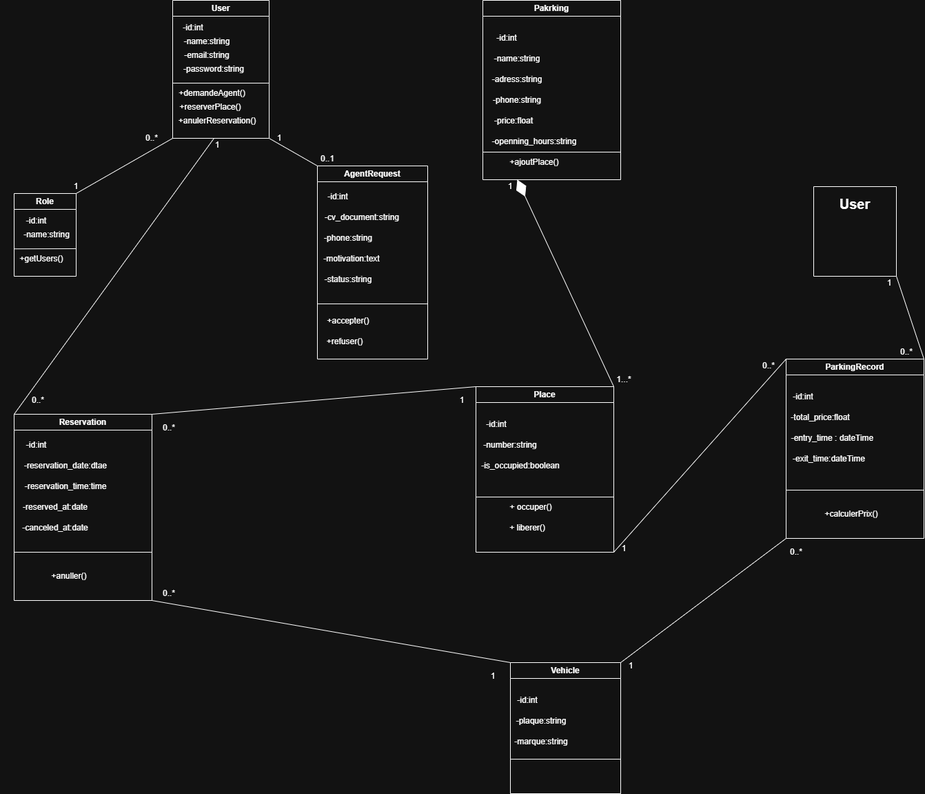
The draw.io diagram Diagrammes/class/class.png in elhafkhalid/Gestion_parking, before a commit. Source tidied: cells renumbered, new cells last; positions are measured from the earlier drawing's top-left corner, leaving out a move shared by most shapes.
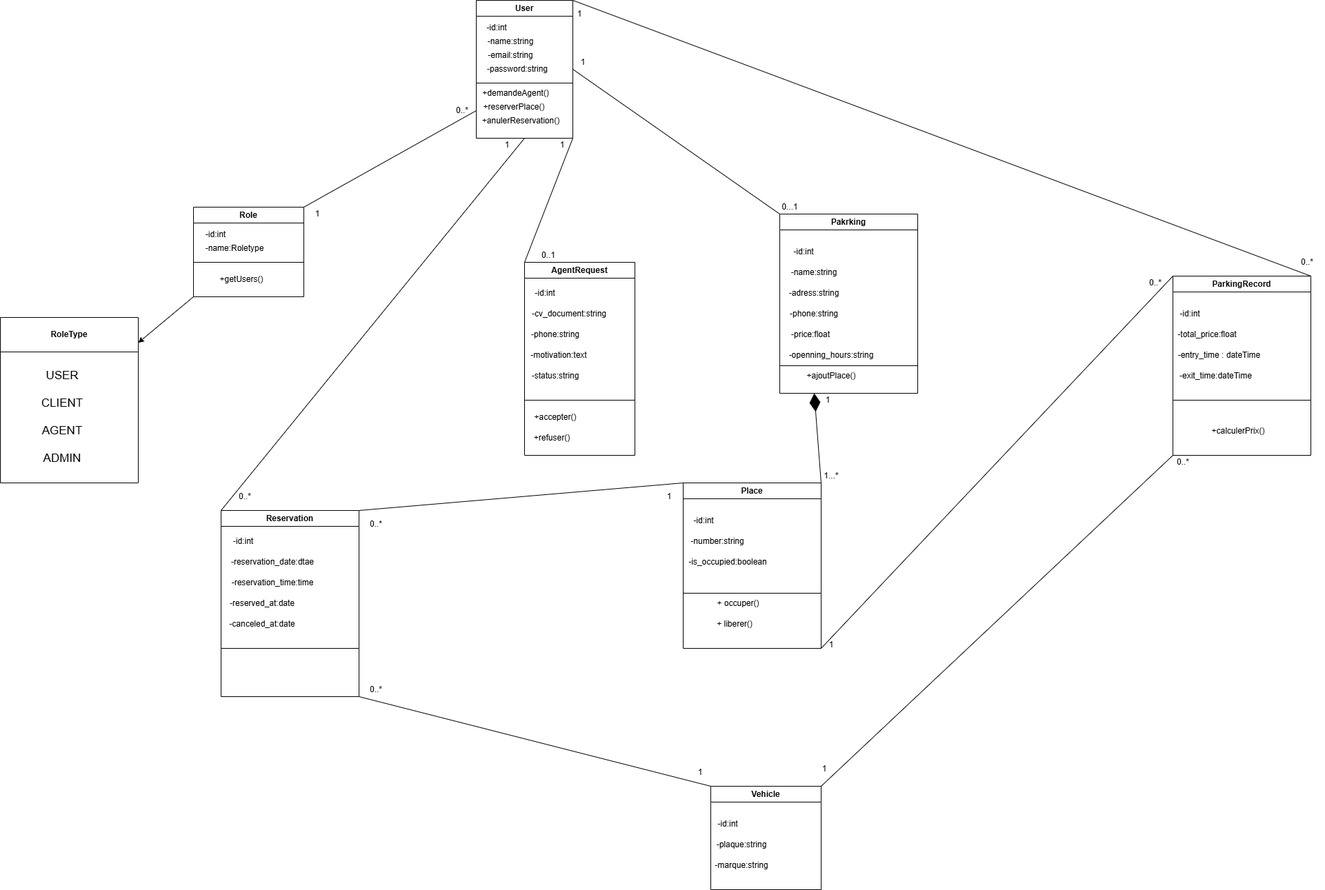
The same file after the commit.

Diff of the diagram source:
```diff
@@ -3,7 +3,7 @@
     <mxCell id="0" />
     <mxCell id="1" parent="0" />
     <mxCell id="2" value="User" style="swimlane;whiteSpace=wrap;html=1;" parent="1" vertex="1">
-      <mxGeometry x="250" width="140" height="200" as="geometry" />
+      <mxGeometry x="390" y="-140" width="140" height="200" as="geometry" />
     </mxCell>
     <mxCell id="3" value="-id:int" style="text;html=1;whiteSpace=wrap;strokeColor=none;fillColor=none;align=center;verticalAlign=middle;rounded=0;" parent="2" vertex="1">
       <mxGeometry x="10" y="30" width="40" height="20" as="geometry" />
@@ -33,27 +33,28 @@
       </mxGeometry>
     </mxCell>
     <mxCell id="11" value="Role" style="swimlane;whiteSpace=wrap;html=1;" parent="1" vertex="1">
-      <mxGeometry x="20" y="280" width="90" height="120" as="geometry" />
+      <mxGeometry x="-20" y="160" width="160" height="130" as="geometry" />
     </mxCell>
     <mxCell id="12" value="-id:int" style="text;html=1;whiteSpace=wrap;strokeColor=none;fillColor=none;align=center;verticalAlign=middle;rounded=0;" parent="11" vertex="1">
       <mxGeometry x="5" y="30" width="55" height="20" as="geometry" />
     </mxCell>
-    <mxCell id="13" value="-name:string" style="text;html=1;whiteSpace=wrap;strokeColor=none;fillColor=none;align=center;verticalAlign=middle;rounded=0;" parent="11" vertex="1">
-      <mxGeometry x="5" y="50" width="85" height="20" as="geometry" />
+    <mxCell id="13" value="-name:Roletype" style="text;html=1;whiteSpace=wrap;strokeColor=none;fillColor=none;align=center;verticalAlign=middle;rounded=0;" parent="11" vertex="1">
+      <mxGeometry x="-40" y="50" width="200" height="20" as="geometry" />
     </mxCell>
     <mxCell id="14" value="+getUsers()" style="text;html=1;whiteSpace=wrap;strokeColor=none;fillColor=none;align=center;verticalAlign=middle;rounded=0;" parent="11" vertex="1">
-      <mxGeometry x="-10" y="80" width="100" height="30" as="geometry" />
+      <mxGeometry x="20" y="90" width="100" height="30" as="geometry" />
     </mxCell>
-    <mxCell id="15" style="endArrow=none;html=1;rounded=0;exitX=0.104;exitY=0.009;exitDx=0;exitDy=0;exitPerimeter=0;" parent="11" edge="1" source="14">
+    <mxCell id="15" style="endArrow=none;html=1;rounded=0;" parent="11" edge="1">
       <mxGeometry relative="1" as="geometry">
-        <mxPoint x="90" y="80" as="targetPoint" />
+        <mxPoint y="80" as="sourcePoint" />
+        <mxPoint x="160" y="80" as="targetPoint" />
       </mxGeometry>
     </mxCell>
-    <mxCell id="16" style="endArrow=none;html=1;rounded=0;exitX=1;exitY=0;exitDx=0;exitDy=0;entryX=1;entryY=0.5;entryDx=0;entryDy=0;" parent="1" edge="1" source="11" target="66">
+    <mxCell id="16" style="endArrow=none;html=1;rounded=0;exitX=1;exitY=0;exitDx=0;exitDy=0;entryX=0;entryY=0;entryDx=0;entryDy=0;" parent="1" edge="1" source="11" target="9">
       <mxGeometry relative="1" as="geometry" />
     </mxCell>
     <mxCell id="17" value="1" style="text;html=1;whiteSpace=wrap;strokeColor=none;fillColor=none;align=center;verticalAlign=middle;rounded=0;" parent="1" vertex="1">
-      <mxGeometry x="100" y="260" width="20" height="20" as="geometry" />
+      <mxGeometry x="150" y="160" width="20" height="20" as="geometry" />
     </mxCell>
     <mxCell id="18" value="AgentRequest" style="swimlane;whiteSpace=wrap;html=1;" parent="1" vertex="1">
       <mxGeometry x="460" y="240" width="160" height="280" as="geometry" />
@@ -89,13 +90,13 @@
       <mxGeometry relative="1" as="geometry" />
     </mxCell>
     <mxCell id="28" value="1" style="text;html=1;whiteSpace=wrap;strokeColor=none;fillColor=none;align=center;verticalAlign=middle;rounded=0;" parent="1" vertex="1">
-      <mxGeometry x="390" y="190" width="30" height="20" as="geometry" />
+      <mxGeometry x="500" y="60" width="30" height="20" as="geometry" />
     </mxCell>
     <mxCell id="29" value="0..1" style="text;html=1;whiteSpace=wrap;strokeColor=none;fillColor=none;align=center;verticalAlign=middle;rounded=0;" parent="1" vertex="1">
-      <mxGeometry x="460" y="220" width="30" height="20" as="geometry" />
+      <mxGeometry x="480" y="220" width="30" height="20" as="geometry" />
     </mxCell>
     <mxCell id="30" value="ParkingRecord" style="swimlane;whiteSpace=wrap;html=1;" parent="1" vertex="1">
-      <mxGeometry x="1140" y="520" width="200" height="260" as="geometry" />
+      <mxGeometry x="1400" y="260" width="200" height="260" as="geometry" />
     </mxCell>
     <mxCell id="31" value="-id:int" style="text;html=1;whiteSpace=wrap;strokeColor=none;fillColor=none;align=center;verticalAlign=middle;rounded=0;" parent="30" vertex="1">
       <mxGeometry x="-20" y="40" width="90" height="30" as="geometry" />
@@ -112,6 +113,12 @@
     <mxCell id="35" value="+calculerPrix()" style="text;html=1;whiteSpace=wrap;strokeColor=none;fillColor=none;align=center;verticalAlign=middle;rounded=0;" parent="30" vertex="1">
       <mxGeometry x="10" y="210" width="170" height="30" as="geometry" />
     </mxCell>
+    <mxCell id="77" style="endArrow=none;html=1;rounded=0;" parent="30" edge="1">
+      <mxGeometry relative="1" as="geometry">
+        <mxPoint y="180" as="sourcePoint" />
+        <mxPoint x="200" y="180" as="targetPoint" />
+      </mxGeometry>
+    </mxCell>
     <mxCell id="36" value="Place" style="swimlane;whiteSpace=wrap;html=1;" parent="1" vertex="1">
       <mxGeometry x="690" y="560" width="200" height="240" as="geometry" />
     </mxCell>
@@ -131,7 +138,7 @@
       <mxGeometry y="190" width="150" height="30" as="geometry" />
     </mxCell>
     <mxCell id="42" value="Vehicle" style="swimlane;whiteSpace=wrap;html=1;" parent="1" vertex="1">
-      <mxGeometry x="740" y="960" width="160" height="190" as="geometry" />
+      <mxGeometry x="730" y="1000" width="160" height="150" as="geometry" />
     </mxCell>
     <mxCell id="43" value="-id:int" style="text;html=1;whiteSpace=wrap;strokeColor=none;fillColor=none;align=center;verticalAlign=middle;rounded=0;" parent="42" vertex="1">
       <mxGeometry x="-10" y="40" width="70" height="30" as="geometry" />
@@ -143,7 +150,7 @@
       <mxGeometry x="-10" y="100" width="110" height="30" as="geometry" />
     </mxCell>
     <mxCell id="46" value="Pakrking" style="swimlane;whiteSpace=wrap;html=1;" parent="1" vertex="1">
-      <mxGeometry x="700" width="200" height="260" as="geometry" />
+      <mxGeometry x="830" y="170" width="200" height="260" as="geometry" />
     </mxCell>
     <mxCell id="47" value="-id:int" style="text;html=1;whiteSpace=wrap;strokeColor=none;fillColor=none;align=center;verticalAlign=middle;rounded=0;" parent="46" vertex="1">
       <mxGeometry x="-20" y="40" width="110" height="30" as="geometry" />
@@ -175,7 +182,7 @@
       <mxGeometry x="880" y="540" width="50" height="20" as="geometry" />
     </mxCell>
     <mxCell id="56" value="1" style="text;html=1;whiteSpace=wrap;strokeColor=none;fillColor=none;align=center;verticalAlign=middle;rounded=0;" parent="1" vertex="1">
-      <mxGeometry x="730" y="260" width="20" height="20" as="geometry" />
+      <mxGeometry x="890" y="430" width="20" height="20" as="geometry" />
     </mxCell>
     <mxCell id="57" value="Reservation" style="swimlane;whiteSpace=wrap;html=1;" parent="1" vertex="1">
       <mxGeometry x="20" y="600" width="200" height="270" as="geometry" />
@@ -195,19 +202,14 @@
     <mxCell id="62" value="-canceled_at:date" style="text;html=1;whiteSpace=wrap;strokeColor=none;fillColor=none;align=center;verticalAlign=middle;rounded=0;" parent="57" vertex="1">
       <mxGeometry x="-20" y="150" width="160" height="30" as="geometry" />
     </mxCell>
-    <mxCell id="63" value="+anuller()" style="text;html=1;whiteSpace=wrap;strokeColor=none;fillColor=none;align=center;verticalAlign=middle;rounded=0;" parent="57" vertex="1">
-      <mxGeometry x="-10" y="210" width="180" height="50" as="geometry" />
-    </mxCell>
-    <mxCell id="64" style="endArrow=none;html=1;rounded=0;entryX=0;entryY=0;entryDx=0;entryDy=0;" parent="1" edge="1" target="57">
-      <mxGeometry relative="1" as="geometry">
-        <mxPoint x="310" y="200" as="sourcePoint" />
-      </mxGeometry>
+    <mxCell id="64" style="endArrow=none;html=1;rounded=0;entryX=0;entryY=0;entryDx=0;entryDy=0;exitX=0.5;exitY=1;exitDx=0;exitDy=0;" parent="1" edge="1" source="2" target="57">
+      <mxGeometry relative="1" as="geometry" />
     </mxCell>
     <mxCell id="65" value="1" style="text;html=1;whiteSpace=wrap;strokeColor=none;fillColor=none;align=center;verticalAlign=middle;rounded=0;" parent="1" vertex="1">
-      <mxGeometry x="300" y="200" width="30" height="20" as="geometry" />
+      <mxGeometry x="420" y="60" width="30" height="20" as="geometry" />
     </mxCell>
     <mxCell id="66" value="0..*" style="text;html=1;whiteSpace=wrap;strokeColor=none;fillColor=none;align=center;verticalAlign=middle;rounded=0;" parent="1" vertex="1">
-      <mxGeometry x="190" y="190" width="60" height="20" as="geometry" />
+      <mxGeometry x="340" y="10" width="60" height="20" as="geometry" />
     </mxCell>
     <mxCell id="67" value="0..*" style="text;html=1;whiteSpace=wrap;strokeColor=none;fillColor=none;align=center;verticalAlign=middle;rounded=0;" parent="1" vertex="1">
       <mxGeometry x="30" y="570" width="50" height="20" as="geometry" />
@@ -221,12 +223,6 @@
     <mxCell id="69" style="endArrow=none;html=1;rounded=0;entryX=0;entryY=0;entryDx=0;entryDy=0;exitX=1;exitY=1;exitDx=0;exitDy=0;" parent="1" edge="1" source="57" target="42">
       <mxGeometry relative="1" as="geometry" />
     </mxCell>
-    <mxCell id="70" style="endArrow=none;html=1;rounded=0;" parent="1" edge="1">
-      <mxGeometry relative="1" as="geometry">
-        <mxPoint x="740" y="1100" as="sourcePoint" />
-        <mxPoint x="900" y="1100" as="targetPoint" />
-      </mxGeometry>
-    </mxCell>
     <mxCell id="71" style="endArrow=none;html=1;rounded=0;exitX=1;exitY=0;exitDx=0;exitDy=0;entryX=0;entryY=0;entryDx=0;entryDy=0;" parent="1" edge="1" source="57" target="36">
       <mxGeometry relative="1" as="geometry" />
     </mxCell>
@@ -248,20 +244,14 @@
         <mxPoint x="890" y="720" as="targetPoint" />
       </mxGeometry>
     </mxCell>
-    <mxCell id="77" style="endArrow=none;html=1;rounded=0;" parent="1" edge="1">
-      <mxGeometry relative="1" as="geometry">
-        <mxPoint x="1140" y="710" as="sourcePoint" />
-        <mxPoint x="1340" y="710" as="targetPoint" />
-      </mxGeometry>
-    </mxCell>
     <mxCell id="78" style="endArrow=none;html=1;rounded=0;entryX=0;entryY=1;entryDx=0;entryDy=0;exitX=1;exitY=0;exitDx=0;exitDy=0;" parent="1" edge="1" source="42" target="30">
       <mxGeometry relative="1" as="geometry" />
     </mxCell>
     <mxCell id="79" value="1" style="text;html=1;whiteSpace=wrap;strokeColor=none;fillColor=none;align=center;verticalAlign=middle;rounded=0;" parent="1" vertex="1">
-      <mxGeometry x="890" y="940" width="50" height="50" as="geometry" />
+      <mxGeometry x="870" y="950" width="50" height="50" as="geometry" />
     </mxCell>
     <mxCell id="80" value="0..*" style="text;html=1;whiteSpace=wrap;strokeColor=none;fillColor=none;align=center;verticalAlign=middle;rounded=0;" parent="1" vertex="1">
-      <mxGeometry x="1130" y="790" width="50" height="20" as="geometry" />
+      <mxGeometry x="1390" y="520" width="50" height="20" as="geometry" />
     </mxCell>
     <mxCell id="81" style="endArrow=none;html=1;rounded=0;entryX=1;entryY=1;entryDx=0;entryDy=0;exitX=0;exitY=0;exitDx=0;exitDy=0;" parent="1" edge="1" source="30" target="36">
       <mxGeometry relative="1" as="geometry" />
@@ -270,25 +260,46 @@
       <mxGeometry x="885" y="780" width="40" height="30" as="geometry" />
     </mxCell>
     <mxCell id="83" value="0..*" style="text;html=1;whiteSpace=wrap;strokeColor=none;fillColor=none;align=center;verticalAlign=middle;rounded=0;" parent="1" vertex="1">
-      <mxGeometry x="1090" y="520" width="50" height="20" as="geometry" />
+      <mxGeometry x="1350" y="260" width="50" height="20" as="geometry" />
     </mxCell>
-    <mxCell id="84" style="swimlane;startSize=0;" parent="1" vertex="1">
-      <mxGeometry x="1180" y="270" width="120" height="130" as="geometry" />
-    </mxCell>
-    <mxCell id="85" value="&lt;b&gt;&lt;font style=&quot;font-size: 20px;&quot;&gt;User&lt;/font&gt;&lt;/b&gt;" style="text;html=1;whiteSpace=wrap;strokeColor=none;fillColor=none;align=center;verticalAlign=middle;rounded=0;" parent="84" vertex="1">
-      <mxGeometry x="30" width="60" height="50" as="geometry" />
-    </mxCell>
-    <mxCell id="86" style="endArrow=none;html=1;rounded=0;entryX=1;entryY=1;entryDx=0;entryDy=0;exitX=1;exitY=0;exitDx=0;exitDy=0;" parent="1" edge="1" source="30" target="84">
-      <mxGeometry relative="1" as="geometry" />
-    </mxCell>
-    <mxCell id="87" value="1" style="text;html=1;whiteSpace=wrap;strokeColor=none;fillColor=none;align=center;verticalAlign=middle;rounded=0;" parent="1" vertex="1">
-      <mxGeometry x="1270" y="400" width="40" height="20" as="geometry" />
-    </mxCell>
+    <mxCell id="89" style="endArrow=diamondThin;endFill=1;endSize=24;html=1;rounded=0;exitX=1;exitY=0;exitDx=0;exitDy=0;entryX=0.25;entryY=1;entryDx=0;entryDy=0;" parent="1" edge="1" source="36" target="46">
+      <mxGeometry relative="1" as="geometry" />
+    </mxCell>
+    <mxCell id="90" style="endArrow=none;html=1;rounded=0;entryX=1;entryY=0;entryDx=0;entryDy=0;exitX=1;exitY=0;exitDx=0;exitDy=0;" parent="1" edge="1" source="30" target="2">
+      <mxGeometry relative="1" as="geometry" />
+    </mxCell>
+    <mxCell id="91" value="1" style="text;html=1;whiteSpace=wrap;strokeColor=none;fillColor=none;align=center;verticalAlign=middle;rounded=0;" parent="1" vertex="1">
+      <mxGeometry x="525" y="-130" width="30" height="20" as="geometry" />
+    </mxCell>
     <mxCell id="88" value="0..*" style="text;html=1;whiteSpace=wrap;strokeColor=none;fillColor=none;align=center;verticalAlign=middle;rounded=0;" parent="1" vertex="1">
-      <mxGeometry x="1290" y="500" width="50" height="20" as="geometry" />
+      <mxGeometry x="1570" y="230" width="50" height="20" as="geometry" />
     </mxCell>
-    <mxCell id="89" style="endArrow=diamondThin;endFill=1;endSize=24;html=1;rounded=0;exitX=1;exitY=0;exitDx=0;exitDy=0;entryX=0.25;entryY=1;entryDx=0;entryDy=0;" parent="1" edge="1" source="36" target="46">
-      <mxGeometry relative="1" as="geometry" />
-    </mxCell>
+    <mxCell id="92" style="endArrow=classic;html=1;rounded=0;exitX=0;exitY=1;exitDx=0;exitDy=0;" parent="1" edge="1" source="11" target="93">
+      <mxGeometry relative="1" as="geometry" />
+    </mxCell>
+    <mxCell id="93" value="RoleType" style="swimlane;whiteSpace=wrap;html=1;startSize=50;" parent="1" vertex="1">
+      <mxGeometry x="-300" y="320" width="200" height="240" as="geometry" />
+    </mxCell>
+    <mxCell id="94" value="&lt;font style=&quot;font-size: 17px;&quot;&gt;USER&lt;/font&gt;" style="text;html=1;whiteSpace=wrap;strokeColor=none;fillColor=none;align=center;verticalAlign=middle;rounded=0;" parent="93" vertex="1">
+      <mxGeometry x="10" y="70" width="160" height="30" as="geometry" />
+    </mxCell>
+    <mxCell id="95" value="&lt;font style=&quot;font-size: 17px;&quot;&gt;CLIENT&lt;/font&gt;" style="text;html=1;whiteSpace=wrap;strokeColor=none;fillColor=none;align=center;verticalAlign=middle;rounded=0;" parent="93" vertex="1">
+      <mxGeometry x="10" y="110" width="160" height="30" as="geometry" />
+    </mxCell>
+    <mxCell id="96" value="&lt;font style=&quot;font-size: 17px;&quot;&gt;AGENT&lt;/font&gt;" style="text;html=1;whiteSpace=wrap;strokeColor=none;fillColor=none;align=center;verticalAlign=middle;rounded=0;" parent="93" vertex="1">
+      <mxGeometry x="10" y="150" width="160" height="30" as="geometry" />
+    </mxCell>
+    <mxCell id="97" value="&lt;font style=&quot;font-size: 17px;&quot;&gt;ADMIN&lt;/font&gt;" style="text;html=1;whiteSpace=wrap;strokeColor=none;fillColor=none;align=center;verticalAlign=middle;rounded=0;" parent="93" vertex="1">
+      <mxGeometry x="10" y="190" width="160" height="30" as="geometry" />
+    </mxCell>
+    <mxCell id="98" style="endArrow=none;html=1;rounded=0;entryX=1;entryY=0.5;entryDx=0;entryDy=0;exitX=0;exitY=0;exitDx=0;exitDy=0;" parent="1" edge="1" source="46" target="2">
+      <mxGeometry relative="1" as="geometry" />
+    </mxCell>
+    <mxCell id="99" value="1" style="text;html=1;whiteSpace=wrap;strokeColor=none;fillColor=none;align=center;verticalAlign=middle;rounded=0;" parent="1" vertex="1">
+      <mxGeometry x="530" y="-60" width="30" height="20" as="geometry" />
+    </mxCell>
+    <mxCell id="100" value="0...1" style="text;html=1;whiteSpace=wrap;strokeColor=none;fillColor=none;align=center;verticalAlign=middle;rounded=0;" parent="1" vertex="1">
+      <mxGeometry x="830" y="150" width="30" height="20" as="geometry" />
+    </mxCell>
   </root>
 </mxGraphModel>
```
